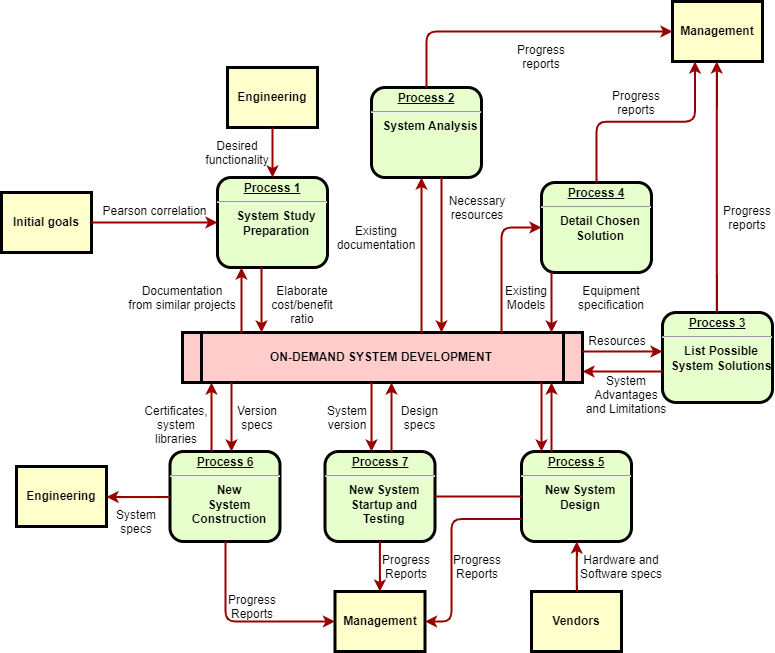
JYbrucEupup/zip keeps this draw.io diagram as 未命名绘图.drawio.png. Above is the earlier version. Source tidied: cells renumbered, new cells last; positions are measured from the earlier drawing's top-left corner, leaving out a move shared by most shapes.
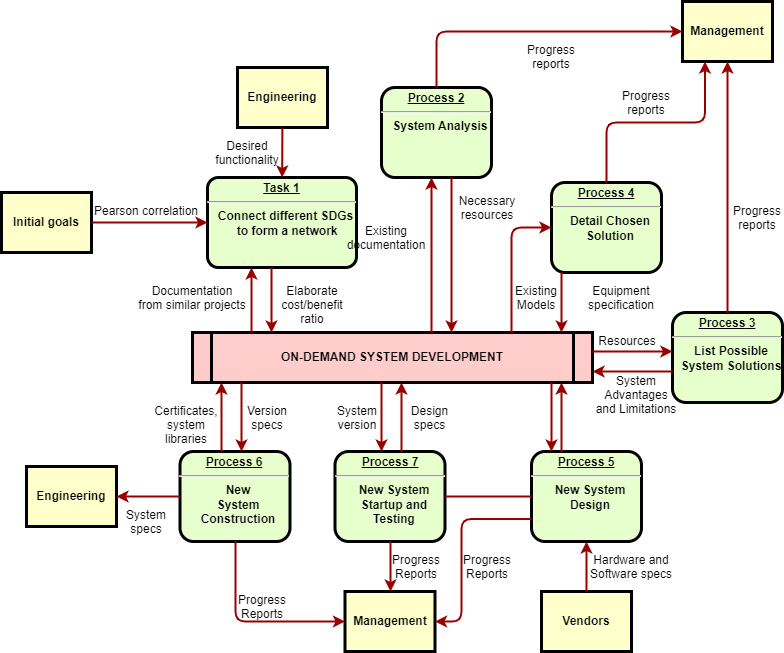
The same diagram one commit later.

Commit message:
更新未命名绘图.drawio.png

What changed in the source:
```diff
@@ -2,14 +2,14 @@
   <root>
     <mxCell id="0" />
     <mxCell id="1" parent="0" />
-    <mxCell id="2" value="&lt;p style=&quot;margin: 0px; margin-top: 4px; text-align: center; text-decoration: underline;&quot;&gt;&lt;strong&gt;Process 1&lt;br /&gt;&lt;/strong&gt;&lt;/p&gt;&lt;hr /&gt;&lt;p style=&quot;margin: 0px; margin-left: 8px;&quot;&gt;System Study&lt;/p&gt;&lt;p style=&quot;margin: 0px; margin-left: 8px;&quot;&gt;Preparation&lt;/p&gt;" style="verticalAlign=middle;align=center;overflow=fill;fontSize=12;fontFamily=Helvetica;html=1;rounded=1;fontStyle=1;strokeWidth=3;fillColor=#E6FFCC;" parent="1" vertex="1">
-      <mxGeometry x="216" y="176" width="110" height="90" as="geometry" />
+    <mxCell id="2" value="&lt;p style=&quot;margin: 4px 0px 0px; text-decoration: underline;&quot;&gt;&lt;strong&gt;Task 1&lt;br&gt;&lt;/strong&gt;&lt;/p&gt;&lt;hr style=&quot;&quot;&gt;&lt;p style=&quot;margin: 0px 0px 0px 8px;&quot;&gt;Connect different&amp;nbsp;&lt;span style=&quot;background-color: initial;&quot;&gt;SDGs&lt;/span&gt;&lt;/p&gt;&lt;p style=&quot;margin: 0px 0px 0px 8px;&quot;&gt;&lt;span style=&quot;background-color: initial;&quot;&gt;&amp;nbsp;to form a network&lt;/span&gt;&lt;/p&gt;" style="verticalAlign=middle;align=center;overflow=fill;fontSize=12;fontFamily=Helvetica;html=1;rounded=1;fontStyle=1;strokeWidth=3;fillColor=#E6FFCC;arcSize=12;" parent="1" vertex="1">
+      <mxGeometry x="196" y="176" width="149" height="90" as="geometry" />
     </mxCell>
     <mxCell id="3" value="Engineering" style="whiteSpace=wrap;align=center;verticalAlign=middle;fontStyle=1;strokeWidth=3;fillColor=#FFFFCC;" parent="1" vertex="1">
       <mxGeometry x="226" y="66" width="90" height="60" as="geometry" />
     </mxCell>
     <mxCell id="4" value="Initial goals" style="whiteSpace=wrap;align=center;verticalAlign=middle;fontStyle=1;strokeWidth=3;fillColor=#FFFFCC;" parent="1" vertex="1">
-      <mxGeometry y="191" width="90" height="60" as="geometry" />
+      <mxGeometry x="-10" y="191" width="90" height="60" as="geometry" />
     </mxCell>
     <mxCell id="5" value="ON-DEMAND SYSTEM DEVELOPMENT" style="shape=process;whiteSpace=wrap;align=center;verticalAlign=middle;size=0.0475;fontStyle=1;strokeWidth=3;fillColor=#FFCCCC;" parent="1" vertex="1">
       <mxGeometry x="181" y="331" width="400" height="50" as="geometry" />
@@ -54,7 +54,7 @@
       <mxGeometry relative="1" as="geometry" />
     </mxCell>
     <mxCell id="19" value="Pearson correlation" style="text;spacingTop=-5;align=center;" parent="1" vertex="1">
-      <mxGeometry x="138.5" y="201" width="30" height="20" as="geometry" />
+      <mxGeometry x="120" y="201" width="30" height="20" as="geometry" />
     </mxCell>
     <mxCell id="20" value="Desired &#10;functionality" style="text;spacingTop=-5;align=center;" parent="1" vertex="1">
       <mxGeometry x="221" y="136" width="30" height="20" as="geometry" />
```
